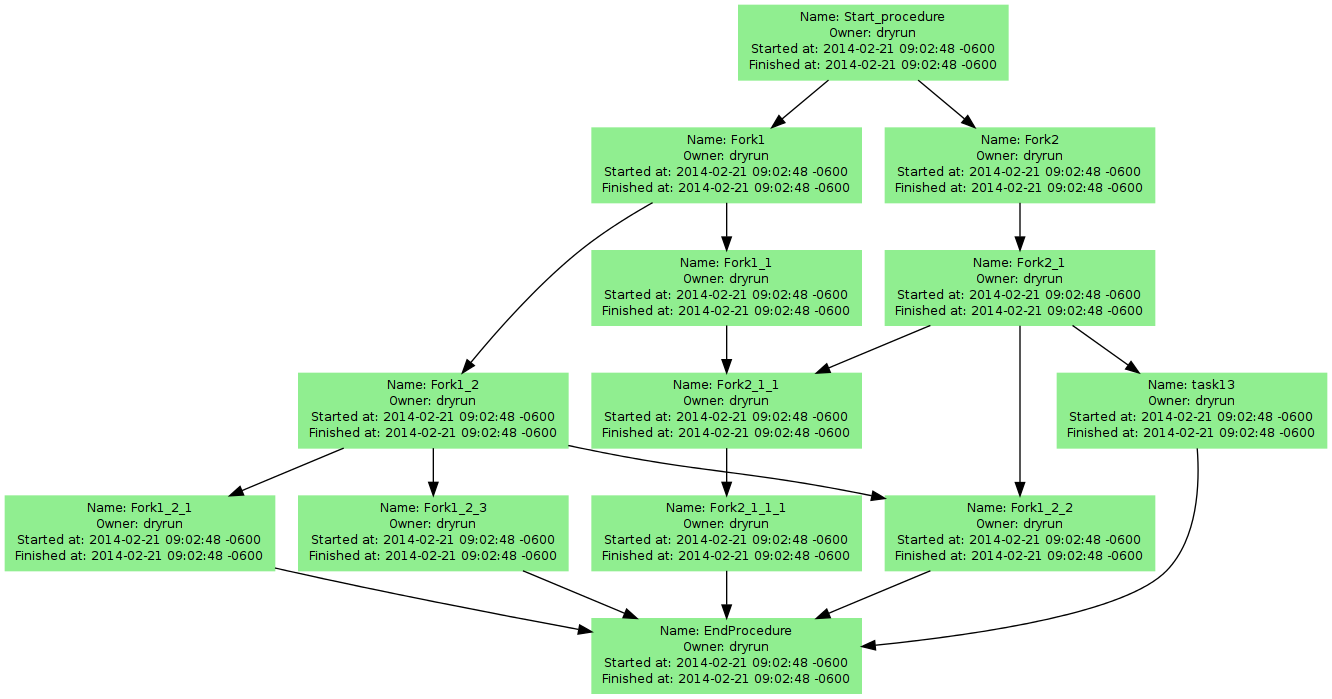
The Graphviz diagram src/www/bendy.planner-digraph.png in svdasein/thehat, before a commit. Its source is kept beside it as src/www/bendy.planner-digraph.dot.
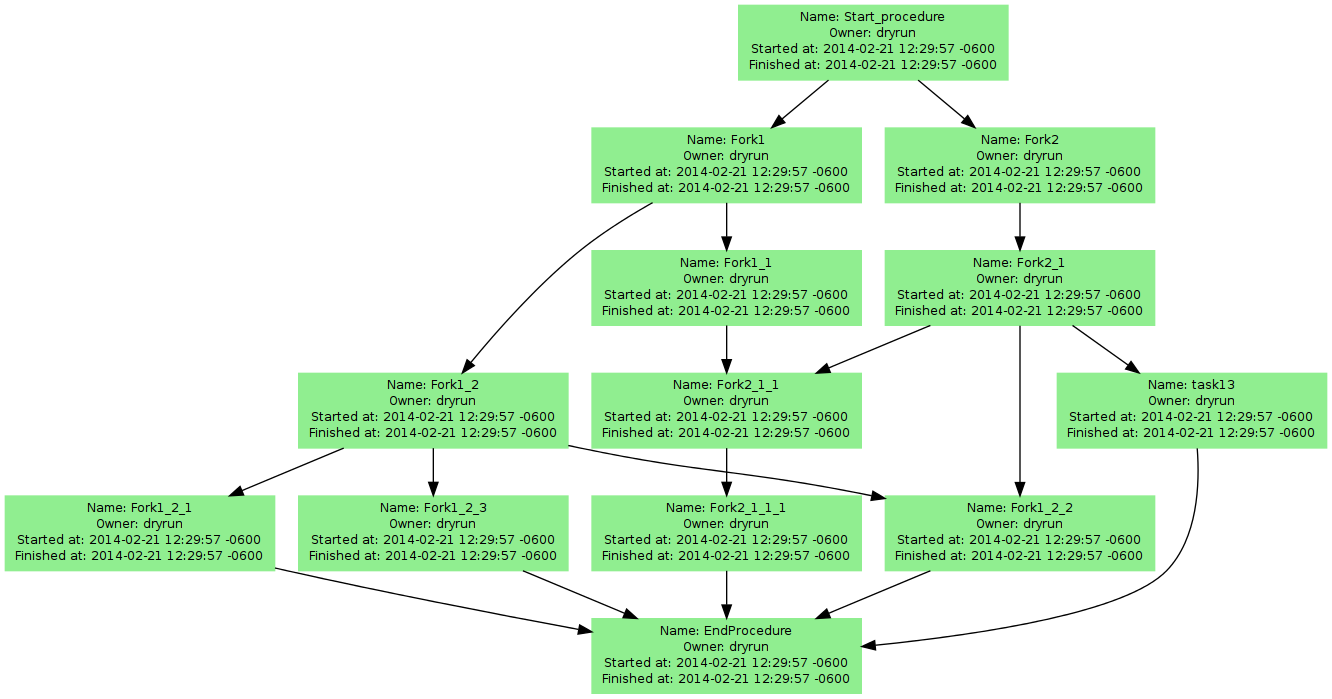
The same diagram one commit later.

Diff of the diagram source:
```diff
@@ -1,70 +1,70 @@
 digraph bendy_planner {
 	Start_procedure [fontsize="9"];
-	Start_procedure [label="Name: Start_procedure\nOwner: dryrun\nStarted at: 2014-02-21 09:02:48 -0600\nFinished at: 2014-02-21 09:02:48 -0600\n"];
+	Start_procedure [label="Name: Start_procedure\nOwner: dryrun\nStarted at: 2014-02-21 12:29:57 -0600\nFinished at: 2014-02-21 12:29:57 -0600\n"];
 	Start_procedure [style="filled"];
 	Start_procedure [color="PaleGreen2"];
 	Start_procedure [fillcolor="PaleGreen2"];
 	Fork1 [fontsize="9"];
-	Fork1 [label="Name: Fork1\nOwner: dryrun\nStarted at: 2014-02-21 09:02:48 -0600\nFinished at: 2014-02-21 09:02:48 -0600\n"];
+	Fork1 [label="Name: Fork1\nOwner: dryrun\nStarted at: 2014-02-21 12:29:57 -0600\nFinished at: 2014-02-21 12:29:57 -0600\n"];
 	Fork1 [style="filled"];
 	Fork1 [color="PaleGreen2"];
 	Fork1 [fillcolor="PaleGreen2"];
 	Fork2 [fontsize="9"];
-	Fork2 [label="Name: Fork2\nOwner: dryrun\nStarted at: 2014-02-21 09:02:48 -0600\nFinished at: 2014-02-21 09:02:48 -0600\n"];
+	Fork2 [label="Name: Fork2\nOwner: dryrun\nStarted at: 2014-02-21 12:29:57 -0600\nFinished at: 2014-02-21 12:29:57 -0600\n"];
 	Fork2 [style="filled"];
 	Fork2 [color="PaleGreen2"];
 	Fork2 [fillcolor="PaleGreen2"];
 	Fork1_1 [fontsize="9"];
-	Fork1_1 [label="Name: Fork1_1\nOwner: dryrun\nStarted at: 2014-02-21 09:02:48 -0600\nFinished at: 2014-02-21 09:02:48 -0600\n"];
+	Fork1_1 [label="Name: Fork1_1\nOwner: dryrun\nStarted at: 2014-02-21 12:29:57 -0600\nFinished at: 2014-02-21 12:29:57 -0600\n"];
 	Fork1_1 [style="filled"];
 	Fork1_1 [URL="http://google.com"];
 	Fork1_1 [tooltip="Click for details"];
 	Fork1_1 [color="PaleGreen2"];
 	Fork1_1 [fillcolor="PaleGreen2"];
 	Fork1_2 [fontsize="9"];
-	Fork1_2 [label="Name: Fork1_2\nOwner: dryrun\nStarted at: 2014-02-21 09:02:48 -0600\nFinished at: 2014-02-21 09:02:48 -0600\n"];
+	Fork1_2 [label="Name: Fork1_2\nOwner: dryrun\nStarted at: 2014-02-21 12:29:57 -0600\nFinished at: 2014-02-21 12:29:57 -0600\n"];
 	Fork1_2 [style="filled"];
 	Fork1_2 [color="PaleGreen2"];
 	Fork1_2 [fillcolor="PaleGreen2"];
 	Fork1_2_1 [fontsize="9"];
-	Fork1_2_1 [label="Name: Fork1_2_1\nOwner: dryrun\nStarted at: 2014-02-21 09:02:48 -0600\nFinished at: 2014-02-21 09:02:48 -0600\n"];
+	Fork1_2_1 [label="Name: Fork1_2_1\nOwner: dryrun\nStarted at: 2014-02-21 12:29:57 -0600\nFinished at: 2014-02-21 12:29:57 -0600\n"];
 	Fork1_2_1 [style="filled"];
 	Fork1_2_1 [color="PaleGreen2"];
 	Fork1_2_1 [fillcolor="PaleGreen2"];
 	Fork1_2_2 [fontsize="9"];
-	Fork1_2_2 [label="Name: Fork1_2_2\nOwner: dryrun\nStarted at: 2014-02-21 09:02:48 -0600\nFinished at: 2014-02-21 09:02:48 -0600\n"];
+	Fork1_2_2 [label="Name: Fork1_2_2\nOwner: dryrun\nStarted at: 2014-02-21 12:29:57 -0600\nFinished at: 2014-02-21 12:29:57 -0600\n"];
 	Fork1_2_2 [style="filled"];
 	Fork1_2_2 [color="PaleGreen2"];
 	Fork1_2_2 [fillcolor="PaleGreen2"];
 	Fork1_2_3 [fontsize="9"];
-	Fork1_2_3 [label="Name: Fork1_2_3\nOwner: dryrun\nStarted at: 2014-02-21 09:02:48 -0600\nFinished at: 2014-02-21 09:02:48 -0600\n"];
+	Fork1_2_3 [label="Name: Fork1_2_3\nOwner: dryrun\nStarted at: 2014-02-21 12:29:57 -0600\nFinished at: 2014-02-21 12:29:57 -0600\n"];
 	Fork1_2_3 [style="filled"];
 	Fork1_2_3 [color="PaleGreen2"];
 	Fork1_2_3 [fillcolor="PaleGreen2"];
 	Fork2_1 [fontsize="9"];
-	Fork2_1 [label="Name: Fork2_1\nOwner: dryrun\nStarted at: 2014-02-21 09:02:48 -0600\nFinished at: 2014-02-21 09:02:48 -0600\n"];
+	Fork2_1 [label="Name: Fork2_1\nOwner: dryrun\nStarted at: 2014-02-21 12:29:57 -0600\nFinished at: 2014-02-21 12:29:57 -0600\n"];
 	Fork2_1 [style="filled"];
 	Fork2_1 [URL="http://yahoo.com"];
 	Fork2_1 [tooltip="Click for details"];
 	Fork2_1 [color="PaleGreen2"];
 	Fork2_1 [fillcolor="PaleGreen2"];
 	Fork2_1_1 [fontsize="9"];
-	Fork2_1_1 [label="Name: Fork2_1_1\nOwner: dryrun\nStarted at: 2014-02-21 09:02:48 -0600\nFinished at: 2014-02-21 09:02:48 -0600\n"];
+	Fork2_1_1 [label="Name: Fork2_1_1\nOwner: dryrun\nStarted at: 2014-02-21 12:29:57 -0600\nFinished at: 2014-02-21 12:29:57 -0600\n"];
 	Fork2_1_1 [style="filled"];
 	Fork2_1_1 [color="PaleGreen2"];
 	Fork2_1_1 [fillcolor="PaleGreen2"];
 	Fork2_1_1_1 [fontsize="9"];
-	Fork2_1_1_1 [label="Name: Fork2_1_1_1\nOwner: dryrun\nStarted at: 2014-02-21 09:02:48 -0600\nFinished at: 2014-02-21 09:02:48 -0600\n"];
+	Fork2_1_1_1 [label="Name: Fork2_1_1_1\nOwner: dryrun\nStarted at: 2014-02-21 12:29:57 -0600\nFinished at: 2014-02-21 12:29:57 -0600\n"];
 	Fork2_1_1_1 [style="filled"];
 	Fork2_1_1_1 [color="PaleGreen2"];
 	Fork2_1_1_1 [fillcolor="PaleGreen2"];
 	EndProcedure [fontsize="9"];
-	EndProcedure [label="Name: EndProcedure\nOwner: dryrun\nStarted at: 2014-02-21 09:02:48 -0600\nFinished at: 2014-02-21 09:02:48 -0600\n"];
+	EndProcedure [label="Name: EndProcedure\nOwner: dryrun\nStarted at: 2014-02-21 12:29:57 -0600\nFinished at: 2014-02-21 12:29:57 -0600\n"];
 	EndProcedure [style="filled"];
 	EndProcedure [color="PaleGreen2"];
 	EndProcedure [fillcolor="PaleGreen2"];
 	task13 [fontsize="9"];
-	task13 [label="Name: task13\nOwner: dryrun\nStarted at: 2014-02-21 09:02:48 -0600\nFinished at: 2014-02-21 09:02:48 -0600\n"];
+	task13 [label="Name: task13\nOwner: dryrun\nStarted at: 2014-02-21 12:29:57 -0600\nFinished at: 2014-02-21 12:29:57 -0600\n"];
 	task13 [style="filled"];
 	task13 [color="PaleGreen2"];
 	task13 [fillcolor="PaleGreen2"];
```
